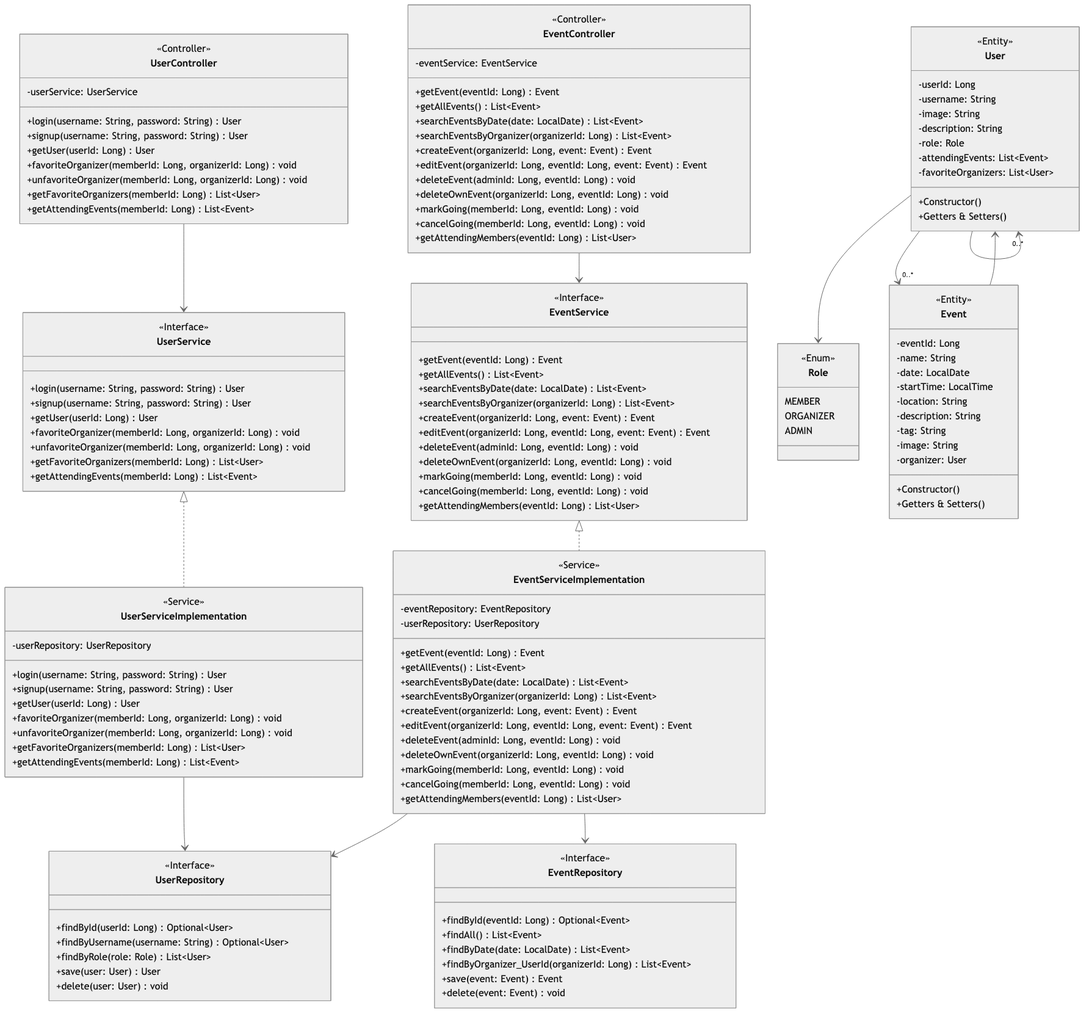
Above: docs/diagrams/class-dia/class-diagram.png in valurkristinn/skemmti (Mermaid), before the change. Its source is kept beside it as docs/diagrams/class-dia/class-diagram.mmd.
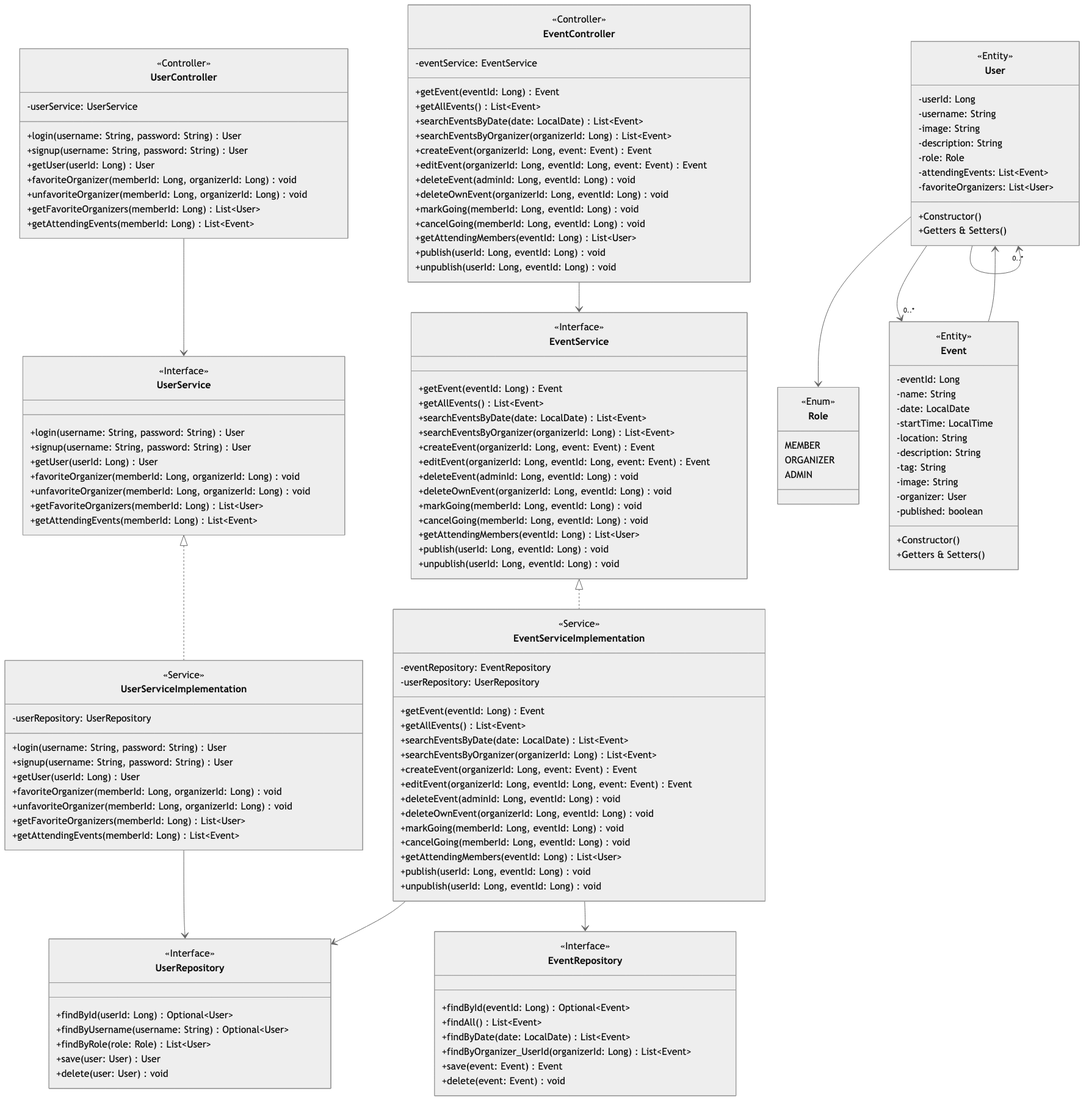
Later version of the same file.

Commit message:
fix: add published to events

Diff of the diagram source:
```diff
@@ -28,6 +28,8 @@
     +markGoing(memberId: Long, eventId: Long) void
     +cancelGoing(memberId: Long, eventId: Long) void
     +getAttendingMembers(eventId: Long) List~User~
+    +publish(userId: Long, eventId: Long) void
+    +unpublish(userId: Long, eventId: Long) void
 }
 
 class UserService {
@@ -54,6 +56,8 @@
     +markGoing(memberId: Long, eventId: Long) void
     +cancelGoing(memberId: Long, eventId: Long) void
     +getAttendingMembers(eventId: Long) List~User~
+    +publish(userId: Long, eventId: Long) void
+    +unpublish(userId: Long, eventId: Long) void
 }
 
 class UserServiceImplementation {
@@ -83,6 +87,8 @@
     +markGoing(memberId: Long, eventId: Long) void
     +cancelGoing(memberId: Long, eventId: Long) void
     +getAttendingMembers(eventId: Long) List~User~
+    +publish(userId: Long, eventId: Long) void
+    +unpublish(userId: Long, eventId: Long) void
 }
 
 class UserRepository {
@@ -135,6 +141,7 @@
     -tag: String
     -image: String
     -organizer: User
+    -published: boolean
     +Constructor()
     +Getters & Setters()
 }
```
